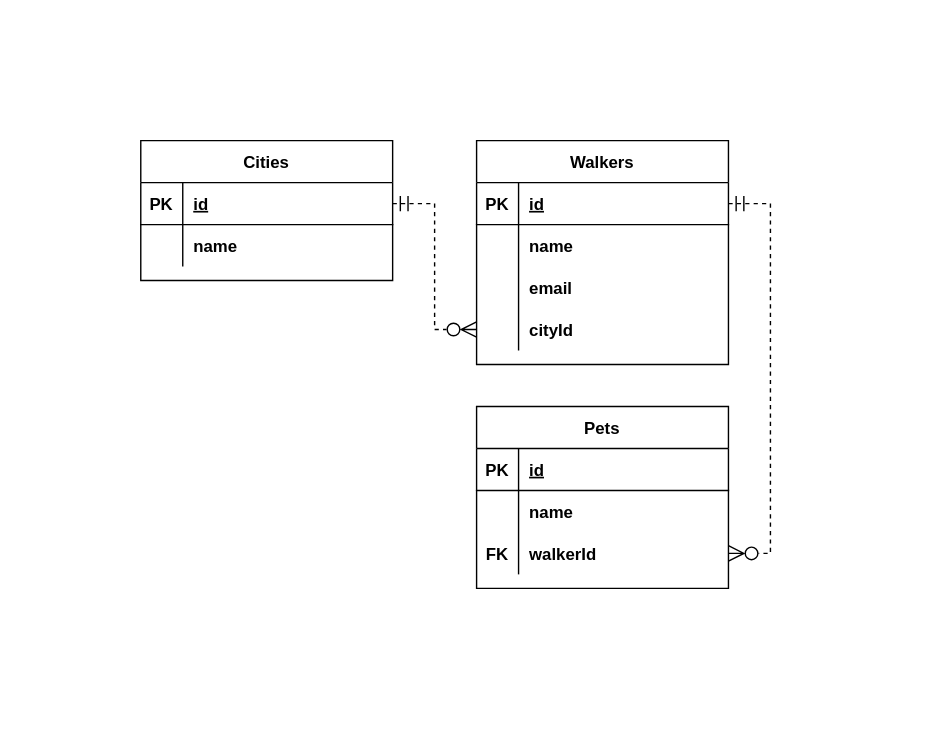
Before: doc/database-erd.drawio.svg, a diagram exported from draw.io (Mtn-Creations/deshawns-dog-walking). Source tidied: cells renumbered, new cells last; positions are measured from the earlier drawing's top-left corner, leaving out a move shared by most shapes.
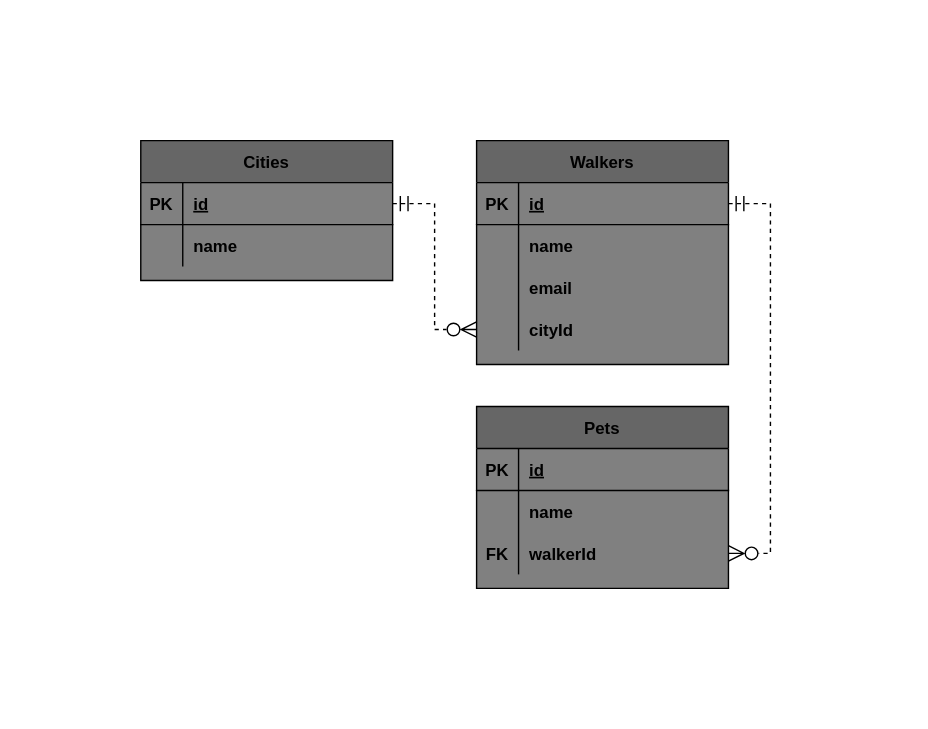
The same file after the commit.

Commit message:
Added background color to ERD

The edit, as a diff of the source:
```diff
@@ -2,7 +2,7 @@
   <root>
     <mxCell id="0" />
     <mxCell id="1" parent="0" />
-    <mxCell id="2" value="Walkers" style="shape=table;startSize=30;rowLines=0;fontStyle=1;align=center;rounded=0;" parent="1" vertex="1">
+    <mxCell id="2" value="Walkers" style="shape=table;startSize=30;rowLines=0;fontStyle=1;align=center;rounded=0;fillColor=#666666;swimlaneFillColor=#808080;" parent="1" vertex="1">
       <mxGeometry x="240" width="180" height="160" as="geometry" />
     </mxCell>
     <mxCell id="3" style="shape=partialRectangle;fillColor=none;top=0;left=0;bottom=1;right=0;points=[[0,0.5],[1,0.5]];portConstraint=eastwest;rounded=0;" parent="2" vertex="1">
@@ -46,7 +46,7 @@
         <mxPoint x="90" y="160" as="targetPoint" />
       </mxGeometry>
     </mxCell>
-    <mxCell id="16" value="Pets" style="shape=table;startSize=30;rowLines=0;fontStyle=1;align=center;rounded=0;" parent="1" vertex="1">
+    <mxCell id="16" value="Pets" style="shape=table;startSize=30;rowLines=0;fontStyle=1;align=center;rounded=0;fillColor=#666666;swimlaneFillColor=#808080;" parent="1" vertex="1">
       <mxGeometry x="240" y="190" width="180" height="130" as="geometry" />
     </mxCell>
     <mxCell id="17" style="shape=partialRectangle;fillColor=none;top=0;left=0;bottom=1;right=0;rounded=0;" parent="16" vertex="1">
@@ -76,7 +76,7 @@
     <mxCell id="25" value="walkerId" style="shape=partialRectangle;fillColor=none;top=0;left=0;bottom=0;right=0;align=left;spacingLeft=6;overflow=hidden;fontStyle=1;rounded=0;" parent="23" vertex="1">
       <mxGeometry x="30" width="150" height="30" as="geometry" />
     </mxCell>
-    <mxCell id="26" value="Cities" style="shape=table;startSize=30;rowLines=0;fontStyle=1;align=center;gradientColor=none;swimlaneFillColor=none;fillColor=default;rounded=0;" parent="1" vertex="1">
+    <mxCell id="26" value="Cities" style="shape=table;startSize=30;rowLines=0;fontStyle=1;align=center;gradientColor=none;swimlaneFillColor=#808080;fillColor=#666666;rounded=0;" parent="1" vertex="1">
       <mxGeometry width="180" height="100" as="geometry" />
     </mxCell>
     <mxCell id="27" style="shape=partialRectangle;fillColor=none;top=0;left=0;bottom=1;right=0;points=[[0,0.5],[1,0.5]];portConstraint=eastwest;rounded=0;" parent="26" vertex="1">
```
